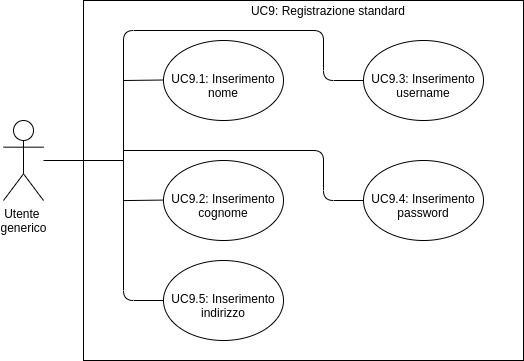
This is Images/AnalisiRequisiti/UC09.png from techsweave/TechSWEaveDocumentation, a draw.io export, as it was before one commit. Source tidied: cells renumbered, new cells last; positions are measured from the earlier drawing's top-left corner, leaving out a move shared by most shapes.
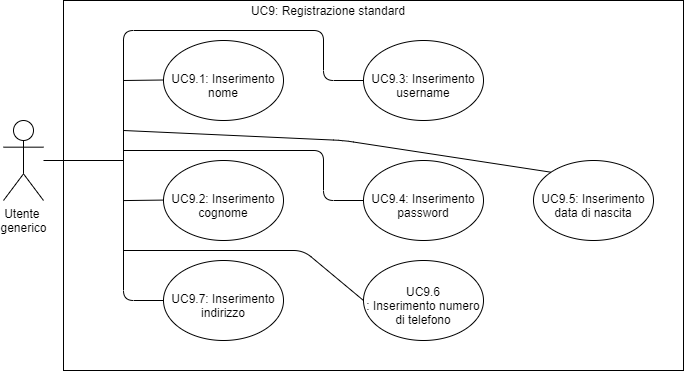
The same diagram one commit later.

Change to the diagram source:
```diff
@@ -3,7 +3,7 @@
     <mxCell id="0" />
     <mxCell id="1" parent="0" />
     <mxCell id="2" style="rounded=0;whiteSpace=wrap;html=1;fillColor=none;" parent="1" vertex="1">
-      <mxGeometry x="80" width="440" height="360" as="geometry" />
+      <mxGeometry x="60" width="620" height="370" as="geometry" />
     </mxCell>
     <mxCell id="3" style="edgeStyle=orthogonalEdgeStyle;rounded=0;jettySize=auto;html=1;entryX=0;entryY=0.5;entryDx=0;entryDy=0;strokeColor=none;" parent="1" edge="1" source="4" target="5">
       <mxGeometry relative="1" as="geometry" />
@@ -57,7 +57,7 @@
     <mxCell id="13" value="UC9: Registrazione standard" style="text;html=1;strokeColor=none;fillColor=none;align=center;verticalAlign=middle;whiteSpace=wrap;rounded=0;" parent="1" vertex="1">
       <mxGeometry x="240" width="170" height="20" as="geometry" />
     </mxCell>
-    <mxCell id="14" value="UC9.5: Inserimento indirizzo" style="ellipse;whiteSpace=wrap;html=1;spacingTop=10;fillColor=none;" parent="1" vertex="1">
+    <mxCell id="14" value="UC9.7: Inserimento indirizzo" style="ellipse;whiteSpace=wrap;html=1;spacingTop=10;fillColor=none;" parent="1" vertex="1">
       <mxGeometry x="160" y="260" width="120" height="80" as="geometry" />
     </mxCell>
     <mxCell id="15" style="endArrow=none;html=1;" parent="1" edge="1">
@@ -66,5 +66,27 @@
         <mxPoint x="160" y="199.6" as="targetPoint" />
       </mxGeometry>
     </mxCell>
+    <mxCell id="16" value="UC9.5: Inserimento data di nascita&lt;br&gt;" style="ellipse;whiteSpace=wrap;html=1;spacingTop=10;fillColor=none;" parent="1" vertex="1">
+      <mxGeometry x="530" y="160" width="120" height="80" as="geometry" />
+    </mxCell>
+    <mxCell id="17" value="UC9.6&lt;br&gt;: Inserimento numero di telefono" style="ellipse;whiteSpace=wrap;html=1;spacingTop=10;fillColor=none;" parent="1" vertex="1">
+      <mxGeometry x="360" y="260" width="120" height="80" as="geometry" />
+    </mxCell>
+    <mxCell id="18" style="endArrow=none;html=1;entryX=0;entryY=0.5;entryDx=0;entryDy=0;" parent="1" edge="1" target="17">
+      <mxGeometry relative="1" as="geometry">
+        <mxPoint x="120" y="250" as="sourcePoint" />
+        <Array as="points">
+          <mxPoint x="300" y="250" />
+        </Array>
+      </mxGeometry>
+    </mxCell>
+    <mxCell id="19" style="endArrow=none;html=1;entryX=0;entryY=0;entryDx=0;entryDy=0;" parent="1" edge="1" target="16">
+      <mxGeometry relative="1" as="geometry">
+        <mxPoint x="120" y="130" as="sourcePoint" />
+        <Array as="points">
+          <mxPoint x="340" y="140" />
+        </Array>
+      </mxGeometry>
+    </mxCell>
   </root>
 </mxGraphModel>
```
